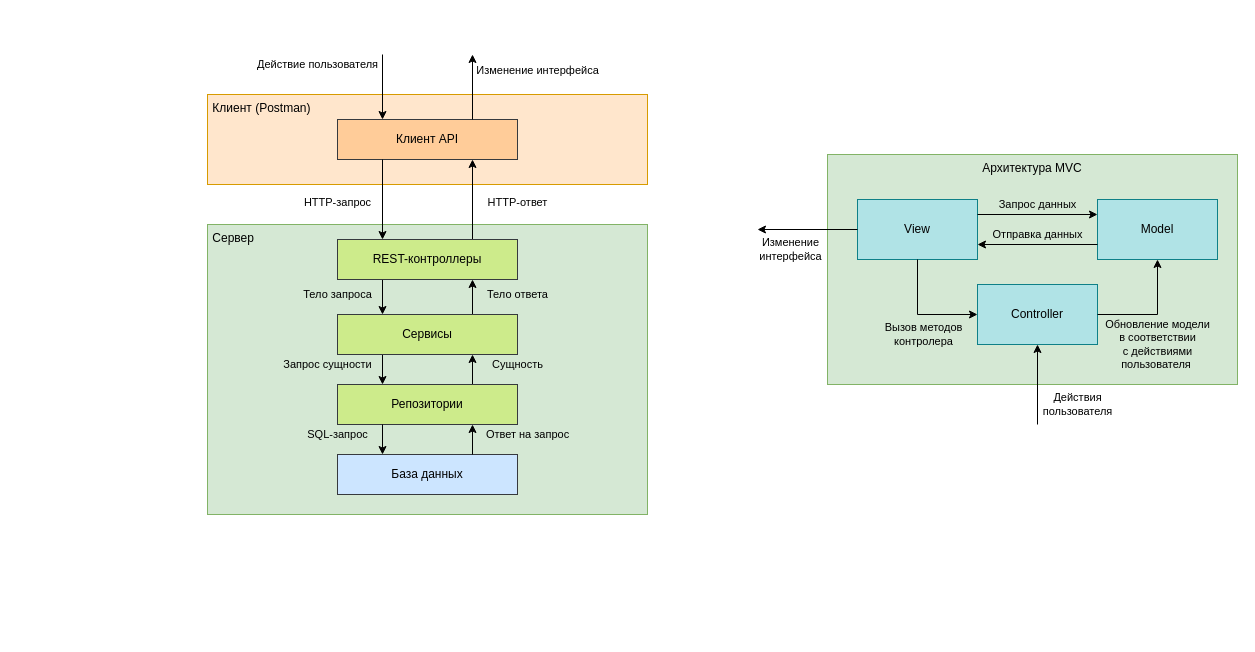
toiepp/quendless keeps this draw.io diagram as spring/docs/diagrams/quendless_architecture.drawio. Above is the earlier version. Source tidied: cells renumbered, new cells numbered last; positions are measured from the earlier drawing's top-left corner, leaving out a move shared by most shapes. Both pictures are drawn from the tidied source at 100%, with x=0, y=0 at pixel (207, 54).
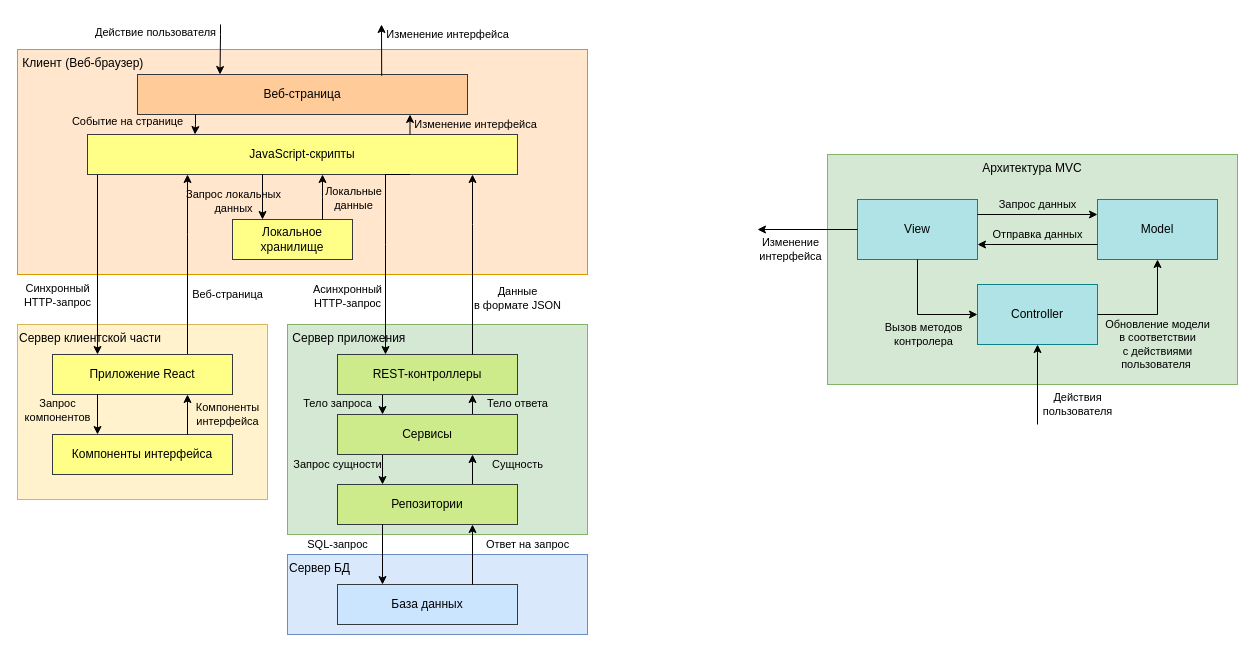
The same diagram, later.

Commit message (it also covers changes not shown here):
(feat) edit readme and add routing diagram

The edit, as a diff of the source:
```diff
@@
+    <mxCell id="29" value="Сервер клиентской части" style="rounded=0;whiteSpace=wrap;html=1;verticalAlign=top;align=left;fillColor=#fff2cc;strokeColor=#d6b656;" parent="1" vertex="1">
+      <mxGeometry x="-190" y="270" width="250" height="175" as="geometry" />
+    </mxCell>
+    <mxCell id="30" value="Сервер БД" style="rounded=0;whiteSpace=wrap;html=1;verticalAlign=top;align=left;fillColor=#dae8fc;strokeColor=#6c8ebf;" parent="1" vertex="1">
+      <mxGeometry x="80" y="500" width="300" height="80" as="geometry" />
+    </mxCell>
@@
-    <mxCell id="3" value="&amp;nbsp;Клиент (Postman)" style="rounded=0;whiteSpace=wrap;html=1;align=left;verticalAlign=top;fillColor=#ffe6cc;strokeColor=#d79b00;" parent="1" vertex="1">
-      <mxGeometry y="40" width="440" height="90" as="geometry" />
+    <mxCell id="3" value="&amp;nbsp;Клиент (Веб-браузер)" style="rounded=0;whiteSpace=wrap;html=1;align=left;verticalAlign=top;fillColor=#ffe6cc;strokeColor=#d79b00;" parent="1" vertex="1">
+      <mxGeometry x="-190" y="-5" width="570" height="225" as="geometry" />
     </mxCell>
-    <mxCell id="4" value="&amp;nbsp;Сервер" style="rounded=0;whiteSpace=wrap;html=1;verticalAlign=top;align=left;fillColor=#d5e8d4;strokeColor=#82b366;" parent="1" vertex="1">
-      <mxGeometry y="170" width="440" height="290" as="geometry" />
+    <mxCell id="4" value="&amp;nbsp;Сервер приложения" style="rounded=0;whiteSpace=wrap;html=1;verticalAlign=top;align=left;fillColor=#d5e8d4;strokeColor=#82b366;" parent="1" vertex="1">
+      <mxGeometry x="80" y="270" width="300" height="210" as="geometry" />
     </mxCell>
-    <mxCell id="5" value="Клиент API" style="rounded=0;whiteSpace=wrap;html=1;fillColor=#ffcc99;strokeColor=#36393d;" parent="1" vertex="1">
-      <mxGeometry x="130" y="65" width="180" height="40" as="geometry" />
+    <mxCell id="5" value="Веб-страница" style="rounded=0;whiteSpace=wrap;html=1;fillColor=#ffcc99;strokeColor=#36393d;" parent="1" vertex="1">
+      <mxGeometry x="-70" y="20" width="330" height="40" as="geometry" />
     </mxCell>
-    <mxCell id="6" value="HTTP-запрос" style="edgeStyle=orthogonalEdgeStyle;rounded=0;jettySize=auto;html=1;exitX=0.25;exitY=1;exitDx=0;exitDy=0;entryX=0.25;entryY=0;entryDx=0;entryDy=0;labelBackgroundColor=none;" parent="1" edge="1" source="5" target="9">
-      <mxGeometry x="0.07" y="-45" relative="1" as="geometry" />
+    <mxCell id="6" value="Синхронный &lt;br&gt;HTTP-запрос" style="edgeStyle=orthogonalEdgeStyle;rounded=0;jettySize=auto;html=1;labelBackgroundColor=none;exitX=0.128;exitY=0.985;exitDx=0;exitDy=0;exitPerimeter=0;entryX=0.25;entryY=0;entryDx=0;entryDy=0;" parent="1" edge="1" source="31" target="33">
+      <mxGeometry x="0.48" y="-40" relative="1" as="geometry">
+        <Array as="points">
+          <mxPoint x="-110" y="119" />
+        </Array>
+      </mxGeometry>
     </mxCell>
@@
-    <mxCell id="8" value="HTTP-ответ" style="edgeStyle=orthogonalEdgeStyle;rounded=0;jettySize=auto;html=1;exitX=0.75;exitY=0;exitDx=0;exitDy=0;entryX=0.75;entryY=1;entryDx=0;entryDy=0;labelBackgroundColor=none;" parent="1" edge="1" source="9" target="5">
-      <mxGeometry x="-0.07" y="-45" relative="1" as="geometry" />
+    <mxCell id="8" value="Веб-страница" style="edgeStyle=orthogonalEdgeStyle;rounded=0;jettySize=auto;html=1;exitX=0.75;exitY=0;exitDx=0;exitDy=0;labelBackgroundColor=none;" parent="1" edge="1" source="33" target="31">
+      <mxGeometry x="-0.33" y="-40" relative="1" as="geometry">
+        <Array as="points">
+          <mxPoint x="-20" y="180" />
+          <mxPoint x="-20" y="180" />
+        </Array>
+      </mxGeometry>
     </mxCell>
     <mxCell id="9" value="REST-контроллеры" style="rounded=0;whiteSpace=wrap;html=1;fillColor=#cdeb8b;strokeColor=#36393d;" parent="1" vertex="1">
-      <mxGeometry x="130" y="185" width="180" height="40" as="geometry" />
+      <mxGeometry x="130" y="300" width="180" height="40" as="geometry" />
     </mxCell>
     <mxCell id="10" value="Запрос сущности" style="edgeStyle=orthogonalEdgeStyle;rounded=0;jettySize=auto;html=1;exitX=0.25;exitY=1;exitDx=0;exitDy=0;entryX=0.25;entryY=0;entryDx=0;entryDy=0;labelBackgroundColor=none;" parent="1" edge="1" source="12" target="14">
-      <mxGeometry x="-0.33" y="-55" relative="1" as="geometry" />
+      <mxGeometry x="-0.33" y="-45" relative="1" as="geometry" />
     </mxCell>
@@
     <mxCell id="12" value="Сервисы" style="rounded=0;whiteSpace=wrap;html=1;fillColor=#cdeb8b;strokeColor=#36393d;" parent="1" vertex="1">
-      <mxGeometry x="130" y="260" width="180" height="40" as="geometry" />
+      <mxGeometry x="130" y="360" width="180" height="40" as="geometry" />
     </mxCell>
@@
     <mxCell id="14" value="Репозитории" style="rounded=0;whiteSpace=wrap;html=1;fillColor=#cdeb8b;strokeColor=#36393d;" parent="1" vertex="1">
-      <mxGeometry x="130" y="330" width="180" height="40" as="geometry" />
+      <mxGeometry x="130" y="430" width="180" height="40" as="geometry" />
     </mxCell>
     <mxCell id="15" value="База данных" style="rounded=0;whiteSpace=wrap;html=1;fillColor=#cce5ff;strokeColor=#36393d;" parent="1" vertex="1">
-      <mxGeometry x="130" y="400" width="180" height="40" as="geometry" />
+      <mxGeometry x="130" y="530" width="180" height="40" as="geometry" />
     </mxCell>
@@
-    <mxCell id="18" value="Действие пользователя" style="endArrow=classic;html=1;rounded=0;entryX=0.25;entryY=0;entryDx=0;entryDy=0;labelBackgroundColor=none;" parent="1" edge="1" target="5">
-      <mxGeometry x="-0.69" y="-65" relative="1" as="geometry">
-        <mxPoint x="175" as="sourcePoint" />
-      </mxGeometry>
-    </mxCell>
-    <mxCell id="19" value="Изменение интерфейса" style="endArrow=classic;html=1;rounded=0;exitX=0.75;exitY=0;exitDx=0;exitDy=0;" parent="1" edge="1" source="5">
-      <mxGeometry x="0.5" y="-65" relative="1" as="geometry">
-        <mxPoint x="265" as="targetPoint" />
-      </mxGeometry>
-    </mxCell>
@@
+    <mxCell id="31" value="JavaScript-скрипты" style="rounded=0;whiteSpace=wrap;html=1;fillColor=#ffff88;strokeColor=#36393d;" parent="1" vertex="1">
+      <mxGeometry x="-120" y="80" width="430" height="40" as="geometry" />
+    </mxCell>
+    <mxCell id="32" value="Компоненты интерфейса" style="rounded=0;whiteSpace=wrap;html=1;fillColor=#ffff88;strokeColor=#36393d;" parent="1" vertex="1">
+      <mxGeometry x="-155" y="380" width="180" height="40" as="geometry" />
+    </mxCell>
+    <mxCell id="33" value="Приложение React" style="rounded=0;whiteSpace=wrap;html=1;fillColor=#ffff88;strokeColor=#36393d;" parent="1" vertex="1">
+      <mxGeometry x="-155" y="300" width="180" height="40" as="geometry" />
+    </mxCell>
+    <mxCell id="34" value="Локальное хранилище" style="rounded=0;whiteSpace=wrap;html=1;fillColor=#ffff88;strokeColor=#36393d;" parent="1" vertex="1">
+      <mxGeometry x="25" y="165" width="120" height="40" as="geometry" />
+    </mxCell>
+    <mxCell id="35" value="Запрос&lt;br&gt;компонентов" style="endArrow=classic;html=1;rounded=0;exitX=0.25;exitY=1;exitDx=0;exitDy=0;entryX=0.25;entryY=0;entryDx=0;entryDy=0;edgeStyle=orthogonalEdgeStyle;labelBackgroundColor=none;" parent="1" edge="1" source="33" target="32">
+      <mxGeometry x="-0.2" y="-40" relative="1" as="geometry" />
+    </mxCell>
+    <mxCell id="36" value="Компоненты&lt;br&gt;интерфейса" style="endArrow=classic;html=1;rounded=0;exitX=0.75;exitY=0;exitDx=0;exitDy=0;entryX=0.75;entryY=1;entryDx=0;entryDy=0;edgeStyle=orthogonalEdgeStyle;labelBackgroundColor=none;" parent="1" edge="1" source="32" target="33">
+      <mxGeometry y="-40" relative="1" as="geometry" />
+    </mxCell>
+    <mxCell id="37" style="endArrow=classic;html=1;rounded=0;labelBackgroundColor=default;entryX=0.25;entryY=0;entryDx=0;entryDy=0;" parent="1" edge="1" target="34">
+      <mxGeometry relative="1" as="geometry">
+        <mxPoint x="55" y="120" as="sourcePoint" />
+      </mxGeometry>
+    </mxCell>
+    <mxCell id="38" value="Запрос локальных &lt;br&gt;данных" style="edgeLabel;html=1;align=center;verticalAlign=middle;labelBackgroundColor=none;" parent="37" vertex="1">
+      <mxGeometry x="0.26" y="1" relative="1" as="geometry">
+        <mxPoint x="-31" y="-2" as="offset" />
+      </mxGeometry>
+    </mxCell>
+    <mxCell id="39" style="endArrow=classic;html=1;rounded=0;labelBackgroundColor=default;exitX=0.75;exitY=0;exitDx=0;exitDy=0;edgeStyle=orthogonalEdgeStyle;" parent="1" edge="1" source="34">
+      <mxGeometry relative="1" as="geometry">
+        <mxPoint x="115" y="120" as="targetPoint" />
+      </mxGeometry>
+    </mxCell>
+    <mxCell id="40" value="Локальные&lt;br&gt;данные" style="edgeLabel;html=1;align=center;verticalAlign=middle;labelBackgroundColor=none;" parent="39" vertex="1">
+      <mxGeometry x="0.26" y="1" relative="1" as="geometry">
+        <mxPoint x="31" y="7" as="offset" />
+      </mxGeometry>
+    </mxCell>
+    <mxCell id="41" value="Асинхронный&lt;br&gt;HTTP-запрос" style="endArrow=classic;html=1;rounded=0;labelBackgroundColor=none;exitX=0.75;exitY=1;exitDx=0;exitDy=0;edgeStyle=orthogonalEdgeStyle;" parent="1" edge="1" source="31" target="9">
+      <mxGeometry x="0.43" y="-38" relative="1" as="geometry">
+        <Array as="points">
+          <mxPoint x="178" y="190" />
+          <mxPoint x="178" y="190" />
+        </Array>
+      </mxGeometry>
+    </mxCell>
+    <mxCell id="42" value="Данные &lt;br&gt;в формате JSON" style="endArrow=classic;html=1;rounded=0;labelBackgroundColor=none;exitX=0.75;exitY=0;exitDx=0;exitDy=0;edgeStyle=orthogonalEdgeStyle;" parent="1" edge="1" source="9" target="31">
+      <mxGeometry x="-0.38" y="-45" relative="1" as="geometry">
+        <Array as="points">
+          <mxPoint x="265" y="170" />
+          <mxPoint x="265" y="170" />
+        </Array>
+      </mxGeometry>
+    </mxCell>
+    <mxCell id="43" value="Событие на странице" style="endArrow=classic;html=1;rounded=0;labelBackgroundColor=none;entryX=0.25;entryY=0;entryDx=0;entryDy=0;edgeStyle=orthogonalEdgeStyle;" parent="1" edge="1" source="5" target="31">
+      <mxGeometry x="0.04" y="-68" relative="1" as="geometry">
+        <Array as="points">
+          <mxPoint x="-12" y="70" />
+          <mxPoint x="-12" y="70" />
+        </Array>
+      </mxGeometry>
+    </mxCell>
+    <mxCell id="44" value="Изменение интерфейса" style="endArrow=classic;html=1;rounded=0;labelBackgroundColor=none;exitX=0.75;exitY=0;exitDx=0;exitDy=0;edgeStyle=orthogonalEdgeStyle;" parent="1" edge="1" source="31" target="5">
+      <mxGeometry y="-65" relative="1" as="geometry">
+        <Array as="points">
+          <mxPoint x="203" y="70" />
+          <mxPoint x="203" y="70" />
+        </Array>
+      </mxGeometry>
+    </mxCell>
+    <mxCell id="18" value="Действие пользователя" style="endArrow=classic;html=1;rounded=0;entryX=0.25;entryY=0;entryDx=0;entryDy=0;labelBackgroundColor=none;edgeStyle=orthogonalEdgeStyle;" parent="1" edge="1" target="5">
+      <mxGeometry x="-0.69" y="-65" relative="1" as="geometry">
+        <mxPoint x="13" y="-30" as="sourcePoint" />
+        <Array as="points">
+          <mxPoint x="13" y="-20" />
+          <mxPoint x="13" y="20" />
+        </Array>
+      </mxGeometry>
+    </mxCell>
+    <mxCell id="45" value="Изменение интерфейса" style="endArrow=classic;html=1;rounded=0;labelBackgroundColor=none;exitX=0.74;exitY=0.032;exitDx=0;exitDy=0;exitPerimeter=0;" parent="1" edge="1" source="5">
+      <mxGeometry x="0.6" y="-66" relative="1" as="geometry">
+        <mxPoint x="174" y="-30" as="targetPoint" />
+      </mxGeometry>
+    </mxCell>
```
